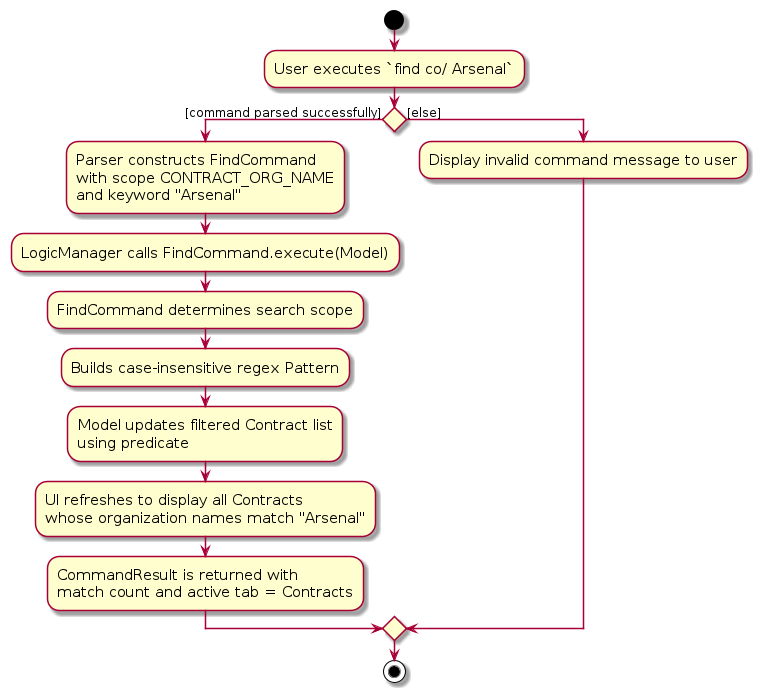
Before: diagrams/FindActivityDiagram.png, a diagram exported from PlantUML (AY2526S1-CS2103T-F13-3/tp). Its source is kept beside it as diagrams/FindActivityDiagram.puml.
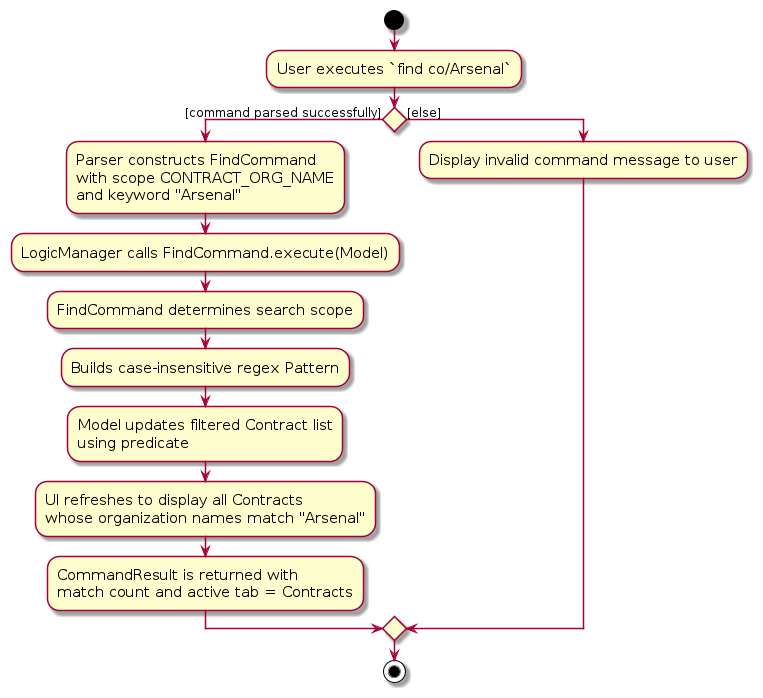
The same diagram one commit later.

The edit, as a diff of the source:
```diff
@@ -4,7 +4,7 @@
 skinparam ArrowFontSize 12
 
 start
-:User executes `find co/ Arsenal`;
+:User executes `find co/Arsenal`;
 
 if () then ([command parsed successfully])
     :Parser constructs FindCommand
```
